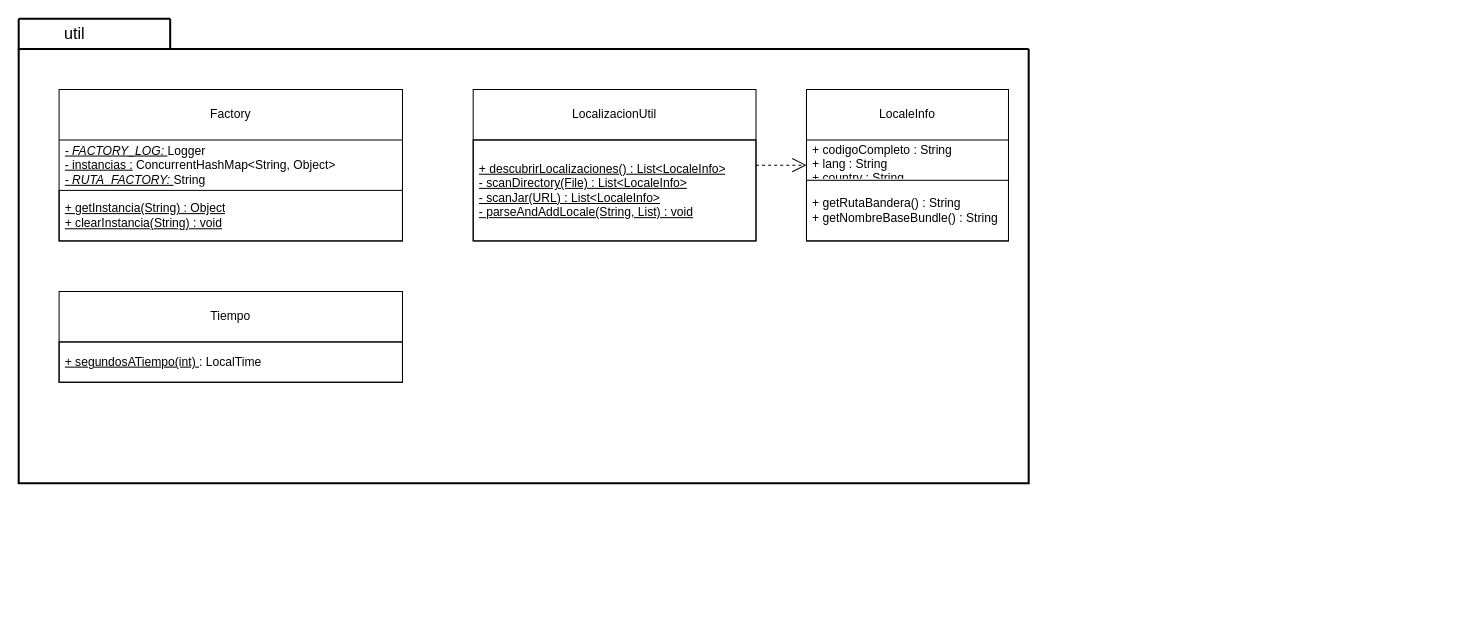
AverageZeko/POO-colectivos keeps this draw.io diagram as docs/uml/drawio/colectivo.util.drawio. Above is the earlier version. Source tidied: cells renumbered, new cells numbered last; positions are measured from the earlier drawing's top-left corner, leaving out a move shared by most shapes. Both pictures are drawn from the tidied source at 101%, with x=0, y=0 at pixel (18, 18).
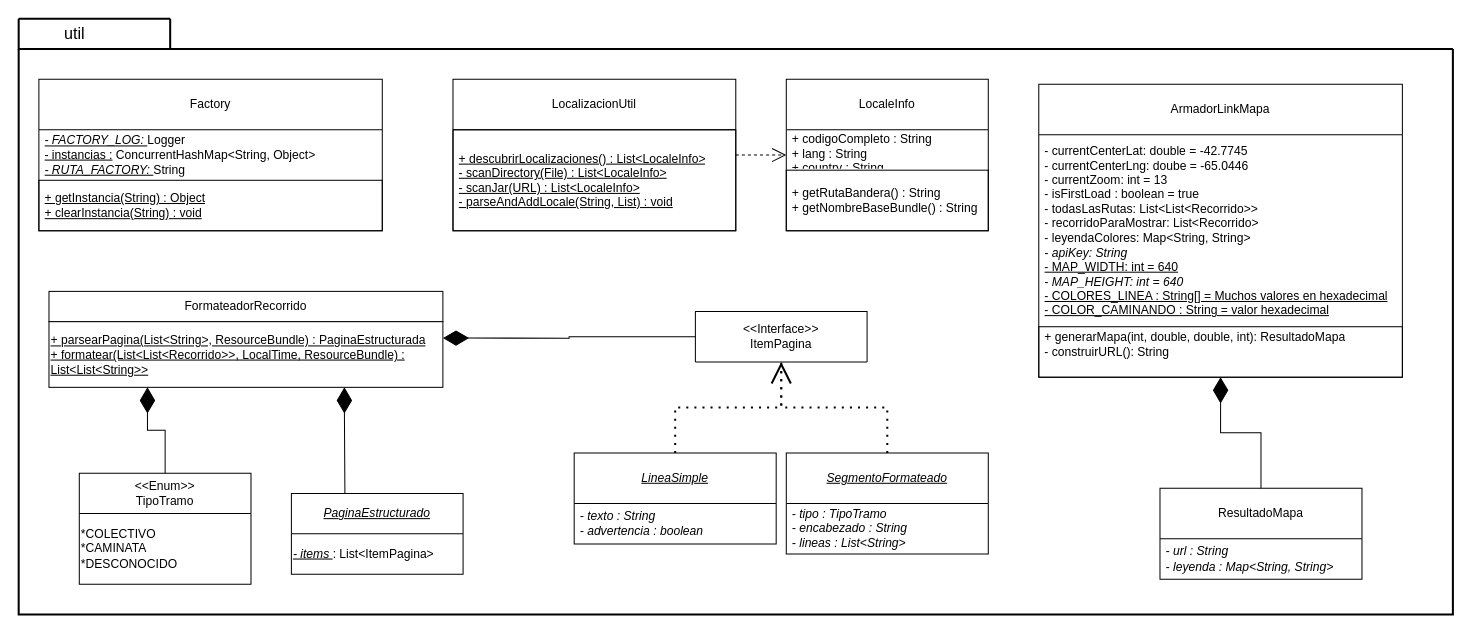
The same page after the edit.

Change to the diagram source:
```diff
@@
     <mxCell id="2" style="swimlane;startSize=0;align=center;strokeWidth=2;" parent="1" vertex="1">
-      <mxGeometry y="30" width="1000" height="430" as="geometry" />
+      <mxGeometry y="30" width="1420" height="560" as="geometry" />
     </mxCell>
     <mxCell id="3" value="Factory" style="swimlane;fontStyle=0;horizontal=1;startSize=50;whiteSpace=wrap;html=1;" parent="2" vertex="1">
-      <mxGeometry x="40" y="40" width="340" height="150" as="geometry" />
+      <mxGeometry x="20" y="30" width="340" height="150" as="geometry" />
     </mxCell>
@@
-    <mxCell id="6" value="Tiempo" style="swimlane;fontStyle=0;horizontal=1;startSize=50;whiteSpace=wrap;html=1;" parent="2" vertex="1">
-      <mxGeometry x="40" y="240" width="340" height="90" as="geometry" />
-    </mxCell>
-    <mxCell id="7" value="&lt;u&gt;+ segundosATiempo(int)&amp;nbsp;&lt;/u&gt;: LocalTime" style="text;strokeColor=default;fillColor=none;align=left;verticalAlign=middle;spacingLeft=4;spacingRight=4;overflow=hidden;whiteSpace=wrap;html=1;" parent="6" vertex="1">
-      <mxGeometry y="50" width="340" height="40" as="geometry" />
-    </mxCell>
     <mxCell id="8" value="LocalizacionUtil" style="swimlane;fontStyle=0;horizontal=1;startSize=50;whiteSpace=wrap;html=1;" parent="2" vertex="1">
-      <mxGeometry x="450" y="40" width="280" height="150" as="geometry" />
+      <mxGeometry x="430" y="30" width="280" height="150" as="geometry" />
     </mxCell>
@@
     <mxCell id="10" value="LocaleInfo" style="swimlane;fontStyle=0;horizontal=1;startSize=50;whiteSpace=wrap;html=1;" parent="2" vertex="1">
-      <mxGeometry x="780" y="40" width="200" height="150" as="geometry" />
+      <mxGeometry x="760" y="30" width="200" height="150" as="geometry" />
     </mxCell>
@@
+    <mxCell id="16" value="FormateadorRecorrido" style="rounded=0;whiteSpace=wrap;html=1;" parent="2" vertex="1">
+      <mxGeometry x="30" y="240" width="390" height="30" as="geometry" />
+    </mxCell>
+    <mxCell id="17" value="&lt;div&gt;&lt;u&gt;+ parsearPagina(List&amp;lt;String&amp;gt;, ResourceBundle) : PaginaEstructurada&lt;/u&gt;&lt;/div&gt;&lt;div&gt;&lt;u&gt;+ formatear(List&amp;lt;List&amp;lt;Recorrido&amp;gt;&amp;gt;, LocalTime, ResourceBundle) : List&amp;lt;List&amp;lt;String&amp;gt;&amp;gt;&lt;/u&gt;&lt;/div&gt;" style="rounded=0;whiteSpace=wrap;html=1;align=left;" parent="2" vertex="1">
+      <mxGeometry x="30" y="270" width="390" height="65" as="geometry" />
+    </mxCell>
+    <mxCell id="18" value="&lt;div&gt;&amp;lt;&amp;lt;Interface&amp;gt;&amp;gt;&lt;/div&gt;&lt;div&gt;ItemPagina&lt;/div&gt;" style="swimlane;fontStyle=0;horizontal=1;startSize=100;whiteSpace=wrap;html=1;" parent="2" vertex="1">
+      <mxGeometry x="670" y="260" width="170" height="50" as="geometry" />
+    </mxCell>
+    <mxCell id="19" style="endArrow=none;html=1;rounded=0;entryX=0;entryY=0.5;entryDx=0;entryDy=0;exitX=1;exitY=0.25;exitDx=0;exitDy=0;edgeStyle=orthogonalEdgeStyle;startArrow=diamondThin;startFill=1;startSize=23;" parent="2" edge="1" source="17" target="18">
+      <mxGeometry relative="1" as="geometry" />
+    </mxCell>
+    <mxCell id="20" value="&lt;u&gt;&lt;i&gt;LineaSimple&lt;/i&gt;&lt;/u&gt;" style="swimlane;fontStyle=0;horizontal=1;startSize=50;whiteSpace=wrap;html=1;" parent="2" vertex="1">
+      <mxGeometry x="550" y="400" width="200" height="90" as="geometry" />
+    </mxCell>
+    <mxCell id="21" value="&lt;div&gt;&lt;i&gt;- texto : String&lt;/i&gt;&lt;/div&gt;&lt;div&gt;&lt;i&gt;- advertencia : boolean&lt;/i&gt;&lt;/div&gt;" style="text;strokeColor=none;fillColor=none;align=left;verticalAlign=middle;spacingLeft=4;spacingRight=4;overflow=hidden;whiteSpace=wrap;html=1;" parent="20" vertex="1">
+      <mxGeometry y="50" width="200" height="40" as="geometry" />
+    </mxCell>
+    <mxCell id="22" value="&lt;u&gt;&lt;i&gt;SegmentoFormateado&lt;/i&gt;&lt;/u&gt;" style="swimlane;fontStyle=0;horizontal=1;startSize=50;whiteSpace=wrap;html=1;" parent="2" vertex="1">
+      <mxGeometry x="760" y="400" width="200" height="100" as="geometry" />
+    </mxCell>
+    <mxCell id="23" value="&lt;div&gt;&lt;i&gt;- tipo : TipoTramo&lt;/i&gt;&lt;/div&gt;&lt;div&gt;&lt;i&gt;- encabezado : String&lt;/i&gt;&lt;/div&gt;&lt;div&gt;&lt;i&gt;- lineas : List&amp;lt;String&amp;gt;&lt;/i&gt;&lt;/div&gt;" style="text;strokeColor=none;fillColor=none;align=left;verticalAlign=middle;spacingLeft=4;spacingRight=4;overflow=hidden;whiteSpace=wrap;html=1;" parent="22" vertex="1">
+      <mxGeometry y="50" width="200" height="50" as="geometry" />
+    </mxCell>
+    <mxCell id="24" value="&lt;div&gt;&amp;lt;&amp;lt;Enum&amp;gt;&amp;gt;&lt;/div&gt;&lt;div&gt;TipoTramo&lt;/div&gt;" style="swimlane;fontStyle=0;horizontal=1;startSize=40;whiteSpace=wrap;html=1;" parent="2" vertex="1">
+      <mxGeometry x="60" y="420" width="170" height="110" as="geometry" />
+    </mxCell>
+    <mxCell id="25" value="&lt;div&gt;*COLECTIVO&lt;/div&gt;&lt;div&gt;*CAMINATA&lt;/div&gt;&lt;div&gt;*DESCONOCIDO&lt;/div&gt;" style="text;html=1;whiteSpace=wrap;strokeColor=none;fillColor=none;align=left;verticalAlign=middle;rounded=0;" parent="24" vertex="1">
+      <mxGeometry y="40" width="170" height="70" as="geometry" />
+    </mxCell>
+    <mxCell id="26" style="endArrow=none;html=1;rounded=0;entryX=0.5;entryY=0;entryDx=0;entryDy=0;exitX=0.25;exitY=1;exitDx=0;exitDy=0;edgeStyle=orthogonalEdgeStyle;startArrow=diamondThin;startFill=1;startSize=23;" parent="2" edge="1" source="17" target="24">
+      <mxGeometry relative="1" as="geometry" />
+    </mxCell>
+    <mxCell id="27" style="endArrow=none;dashed=1;html=1;dashPattern=1 3;strokeWidth=2;rounded=0;entryX=0.5;entryY=1;entryDx=0;entryDy=0;exitX=0.5;exitY=0;exitDx=0;exitDy=0;edgeStyle=orthogonalEdgeStyle;startArrow=none;startFill=0;startSize=9;" parent="2" edge="1" source="20" target="18">
+      <mxGeometry relative="1" as="geometry" />
+    </mxCell>
+    <mxCell id="28" style="endArrow=open;dashed=1;html=1;dashPattern=1 3;strokeWidth=2;rounded=0;entryX=0.5;entryY=1;entryDx=0;entryDy=0;exitX=0.5;exitY=0;exitDx=0;exitDy=0;edgeStyle=orthogonalEdgeStyle;startArrow=none;startFill=0;startSize=17;endFill=0;endSize=17;" parent="2" edge="1" source="22" target="18">
+      <mxGeometry relative="1" as="geometry" />
+    </mxCell>
+    <mxCell id="29" value="&lt;div&gt;&lt;u&gt;&lt;i&gt;PaginaEstructurado&lt;/i&gt;&lt;/u&gt;&lt;/div&gt;" style="swimlane;fontStyle=0;horizontal=1;startSize=40;whiteSpace=wrap;html=1;" parent="2" vertex="1">
+      <mxGeometry x="270" y="440" width="170" height="80" as="geometry" />
+    </mxCell>
+    <mxCell id="30" value="&lt;u&gt;&lt;i&gt;- items&amp;nbsp;&lt;/i&gt;&lt;/u&gt;: List&amp;lt;ItemPagina&amp;gt;" style="text;html=1;whiteSpace=wrap;strokeColor=none;fillColor=none;align=left;verticalAlign=middle;rounded=0;" parent="29" vertex="1">
+      <mxGeometry y="40" width="170" height="40" as="geometry" />
+    </mxCell>
+    <mxCell id="31" style="endArrow=none;html=1;rounded=0;entryX=0.25;entryY=0;entryDx=0;entryDy=0;exitX=0.75;exitY=1;exitDx=0;exitDy=0;edgeStyle=orthogonalEdgeStyle;startArrow=diamondThin;startFill=1;startSize=23;" parent="2" edge="1" source="17" target="29">
+      <mxGeometry relative="1" as="geometry">
+        <Array as="points">
+          <mxPoint x="323" y="360" />
+          <mxPoint x="323" y="440" />
+        </Array>
+      </mxGeometry>
+    </mxCell>
@@
+    <mxCell id="32" value="ArmadorLinkMapa" style="swimlane;fontStyle=0;horizontal=1;startSize=50;whiteSpace=wrap;html=1;" parent="1" vertex="1">
+      <mxGeometry x="1010" y="65" width="360" height="290" as="geometry" />
+    </mxCell>
+    <mxCell id="33" value="&lt;div&gt;- currentCenterLat: double = -42.7745&lt;/div&gt;&lt;div&gt;- currentCenterLng: doube = -65.0446&lt;/div&gt;&lt;div&gt;- currentZoom: int = 13&lt;/div&gt;&lt;div&gt;- isFirstLoad : boolean = true&lt;/div&gt;&lt;div&gt;- todasLasRutas: List&amp;lt;List&amp;lt;Recorrido&amp;gt;&amp;gt;&lt;/div&gt;&lt;div&gt;- recorridoParaMostrar: List&amp;lt;Recorrido&amp;gt;&lt;/div&gt;&lt;div&gt;- leyendaColores: Map&amp;lt;String, String&amp;gt;&lt;/div&gt;&lt;div&gt;&lt;i&gt;- apiKey: String&lt;/i&gt;&lt;/div&gt;&lt;div&gt;&lt;u&gt;- MAP_WIDTH: int = 640&lt;/u&gt;&lt;/div&gt;&lt;div&gt;&lt;i&gt;- MAP_HEIGHT: int = 640&lt;/i&gt;&lt;/div&gt;&lt;div&gt;&lt;u&gt;- COLORES_LINEA : String[] = Muchos valores en hexadecimal&lt;/u&gt;&lt;/div&gt;&lt;div&gt;&lt;u&gt;- COLOR_CAMINANDO : String = valor hexadecimal&lt;/u&gt;&lt;/div&gt;" style="text;strokeColor=none;fillColor=none;align=left;verticalAlign=middle;spacingLeft=4;spacingRight=4;overflow=hidden;whiteSpace=wrap;html=1;" parent="32" vertex="1">
+      <mxGeometry y="50" width="360" height="190" as="geometry" />
+    </mxCell>
+    <mxCell id="34" value="&lt;div&gt;+ generarMapa(int, double, double, int): ResultadoMapa&lt;/div&gt;&lt;div&gt;- construirURL(): String&lt;/div&gt;&lt;div&gt;&lt;br&gt;&lt;/div&gt;" style="text;strokeColor=default;fillColor=none;align=left;verticalAlign=middle;spacingLeft=4;spacingRight=4;overflow=hidden;whiteSpace=wrap;html=1;" parent="32" vertex="1">
+      <mxGeometry y="240" width="360" height="50" as="geometry" />
+    </mxCell>
+    <mxCell id="35" value="ResultadoMapa" style="swimlane;fontStyle=0;horizontal=1;startSize=50;whiteSpace=wrap;html=1;" parent="1" vertex="1">
+      <mxGeometry x="1130" y="465" width="200" height="90" as="geometry" />
+    </mxCell>
+    <mxCell id="36" value="&lt;div&gt;&lt;i&gt;- url : String&lt;/i&gt;&lt;/div&gt;&lt;div&gt;&lt;i&gt;- leyenda : Map&amp;lt;String, String&amp;gt;&lt;/i&gt;&lt;/div&gt;" style="text;strokeColor=none;fillColor=none;align=left;verticalAlign=middle;spacingLeft=4;spacingRight=4;overflow=hidden;whiteSpace=wrap;html=1;" parent="35" vertex="1">
+      <mxGeometry y="50" width="200" height="40" as="geometry" />
+    </mxCell>
+    <mxCell id="37" style="endArrow=none;html=1;rounded=0;entryX=0.5;entryY=0;entryDx=0;entryDy=0;exitX=0.5;exitY=1;exitDx=0;exitDy=0;edgeStyle=orthogonalEdgeStyle;startArrow=diamondThin;startFill=1;startSize=23;" parent="1" edge="1" source="32" target="35">
+      <mxGeometry relative="1" as="geometry" />
+    </mxCell>
```
